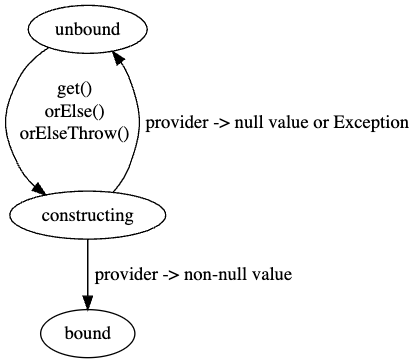
Before: src/java.base/share/classes/java/util/concurrent/lazy/doc-files/lazy-states.png, a diagram exported from Graphviz (minborg/jdk). Its source is kept beside it as src/java.base/share/classes/java/util/concurrent/lazy/doc-files/lazy-states.dot. Its diagram source:
```dot
digraph G {
    unbound -> constructing [ label="get()\norElse()\norElseThrow()\n  " ];
    constructing -> unbound [ label="  provider -> null value or Exception" ];
    constructing -> bound [ label="  provider -> non-null value" ];
}
```
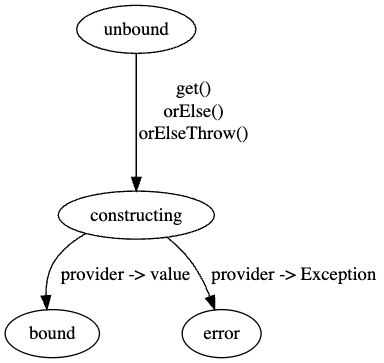
After the commit.

Commit message:
Make LazyValue single shot and null friendly

Diff of the diagram source:
```diff
@@ -1,5 +1,5 @@
 digraph G {
-    unbound -> constructing [ label="get()\norElse()\norElseThrow()\n  " ];
-    constructing -> unbound [ label="  provider -> null value or Exception" ];
-    constructing -> bound [ label="  provider -> non-null value" ];
+    unbound -> constructing [ label=" get()\n orElse()\n orElseThrow()\n" ];
+    constructing -> bound [ label=" provider -> value" ];
+    constructing -> error [ label=" provider -> Exception" ];
 }
```
